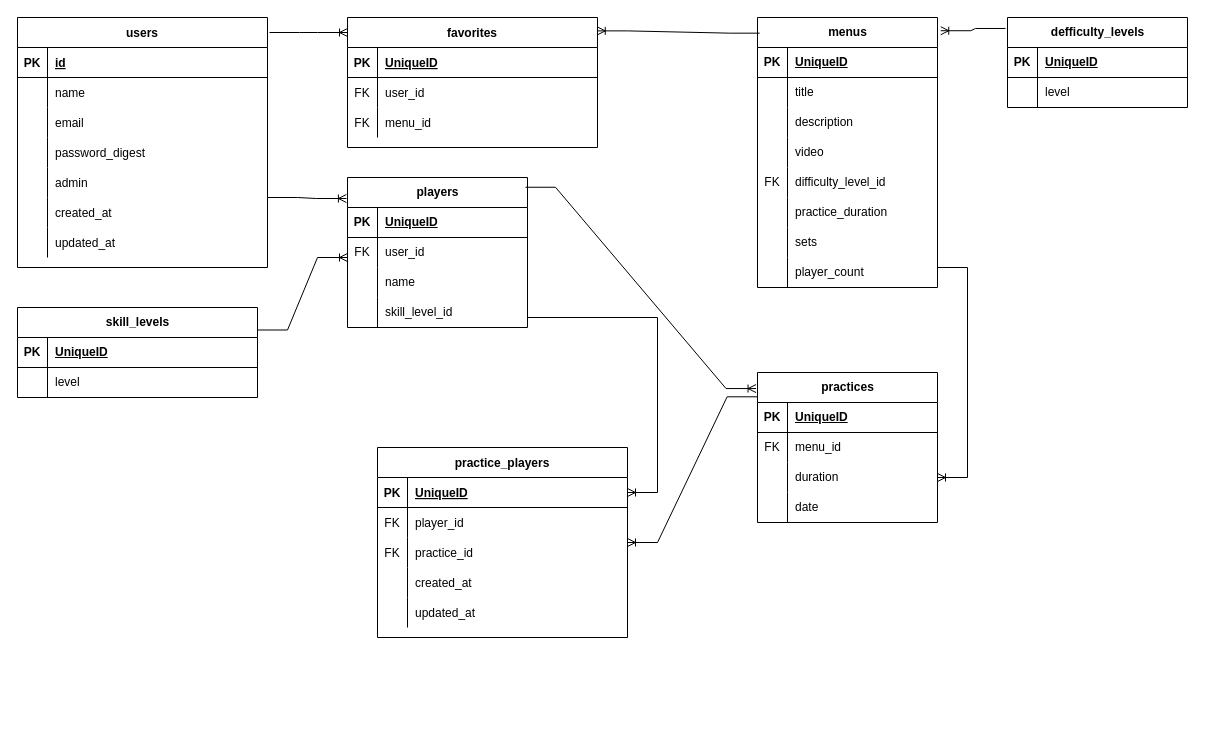
Before: 卒業課題.drawio in yu-tas/achieve, a draw.io diagram. Source tidied: cells renumbered, new cells numbered last; positions are measured from the earlier drawing's top-left corner, leaving out a move shared by most shapes. Both pictures are drawn from the tidied source at 100%, with x=0, y=0 at pixel (17, 17).
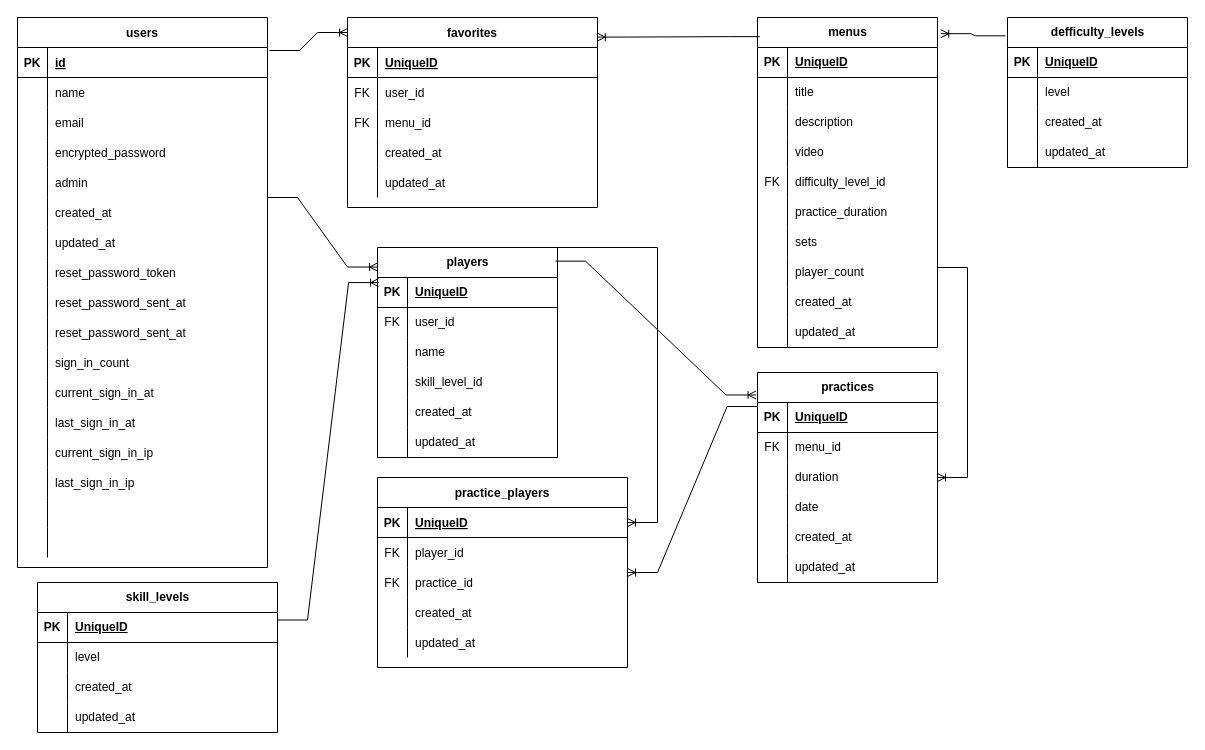
After the change.

Commit message:
卒業課題.drawio を更新します

Unchanged cells that the change refers to:
```xml
<mxCell id="13" style="shape=partialRectangle;fillColor=none;points=[[0,0.5],[1,0.5]];portConstraint=eastwest;top=0;left=0;right=0;bottom=1;" parent="12" vertex="1">
  <mxGeometry y="30" width="250" height="30" as="geometry" />
</mxCell>
<mxCell id="38" style="shape=partialRectangle;fillColor=none;top=0;left=0;right=0;bottom=0;" parent="28" vertex="1">
  <mxGeometry y="120" width="250" height="30" as="geometry" />
</mxCell>
```

What changed in the source:
```diff
@@
     <mxCell id="2" value="favorites" style="shape=table;startSize=30;childLayout=tableLayout;rowLines=0;fontStyle=1;align=center;" parent="1" vertex="1">
-      <mxGeometry x="330" width="250" height="130" as="geometry" />
+      <mxGeometry x="330" width="250" height="190" as="geometry" />
     </mxCell>
@@
+    <mxCell id="124" style="shape=partialRectangle;fillColor=none;top=0;left=0;right=0;bottom=0;" parent="2" vertex="1">
+      <mxGeometry y="120" width="250" height="30" as="geometry" />
+    </mxCell>
+    <mxCell id="125" style="shape=partialRectangle;overflow=hidden;fillColor=none;top=0;left=0;bottom=0;right=0;" parent="124" vertex="1">
+      <mxGeometry width="30" height="30" as="geometry" />
+    </mxCell>
+    <mxCell id="126" value="created_at" style="shape=partialRectangle;overflow=hidden;fillColor=none;top=0;left=0;bottom=0;right=0;align=left;spacingLeft=6;" parent="124" vertex="1">
+      <mxGeometry x="30" width="220" height="30" as="geometry" />
+    </mxCell>
+    <mxCell id="127" style="shape=partialRectangle;fillColor=none;top=0;left=0;right=0;bottom=0;" parent="2" vertex="1">
+      <mxGeometry y="150" width="250" height="30" as="geometry" />
+    </mxCell>
+    <mxCell id="128" style="shape=partialRectangle;overflow=hidden;fillColor=none;top=0;left=0;bottom=0;right=0;" parent="127" vertex="1">
+      <mxGeometry width="30" height="30" as="geometry" />
+    </mxCell>
+    <mxCell id="129" value="updated_at" style="shape=partialRectangle;overflow=hidden;fillColor=none;top=0;left=0;bottom=0;right=0;align=left;spacingLeft=6;" parent="127" vertex="1">
+      <mxGeometry x="30" width="220" height="30" as="geometry" />
+    </mxCell>
     <mxCell id="12" value="practice_players" style="shape=table;startSize=30;childLayout=tableLayout;rowLines=0;fontStyle=1;align=center;" parent="1" vertex="1">
-      <mxGeometry x="360" y="430" width="250" height="190" as="geometry" />
+      <mxGeometry x="360" y="460" width="250" height="190" as="geometry" />
     </mxCell>
@@
     <mxCell id="28" value="users" style="shape=table;startSize=30;childLayout=tableLayout;rowLines=0;fontStyle=1;align=center;" parent="1" vertex="1">
-      <mxGeometry width="250" height="250" as="geometry" />
+      <mxGeometry width="250" height="550" as="geometry" />
     </mxCell>
@@
-    <mxCell id="40" value="password_digest" style="shape=partialRectangle;overflow=hidden;fillColor=none;top=0;left=0;bottom=0;right=0;align=left;spacingLeft=6;" parent="38" vertex="1">
+    <mxCell id="40" value="encrypted_password" style="shape=partialRectangle;overflow=hidden;fillColor=none;top=0;left=0;bottom=0;right=0;align=left;spacingLeft=6;" parent="38" vertex="1">
       <mxGeometry x="30" width="220" height="30" as="geometry" />
     </mxCell>
@@
+    <mxCell id="130" style="shape=partialRectangle;fillColor=none;top=0;left=0;right=0;bottom=0;" parent="28" vertex="1">
+      <mxGeometry y="240" width="250" height="30" as="geometry" />
+    </mxCell>
+    <mxCell id="131" style="shape=partialRectangle;overflow=hidden;fillColor=none;top=0;left=0;bottom=0;right=0;" parent="130" vertex="1">
+      <mxGeometry width="30" height="30" as="geometry" />
+    </mxCell>
+    <mxCell id="132" value="reset_password_token" style="shape=partialRectangle;overflow=hidden;fillColor=none;top=0;left=0;bottom=0;right=0;align=left;spacingLeft=6;" parent="130" vertex="1">
+      <mxGeometry x="30" width="220" height="30" as="geometry" />
+    </mxCell>
+    <mxCell id="133" style="shape=partialRectangle;fillColor=none;top=0;left=0;right=0;bottom=0;" parent="28" vertex="1">
+      <mxGeometry y="270" width="250" height="30" as="geometry" />
+    </mxCell>
+    <mxCell id="134" style="shape=partialRectangle;overflow=hidden;fillColor=none;top=0;left=0;bottom=0;right=0;" parent="133" vertex="1">
+      <mxGeometry width="30" height="30" as="geometry" />
+    </mxCell>
+    <mxCell id="135" value="reset_password_sent_at" style="shape=partialRectangle;overflow=hidden;fillColor=none;top=0;left=0;bottom=0;right=0;align=left;spacingLeft=6;" parent="133" vertex="1">
+      <mxGeometry x="30" width="220" height="30" as="geometry" />
+    </mxCell>
+    <mxCell id="136" style="shape=partialRectangle;fillColor=none;top=0;left=0;right=0;bottom=0;" parent="28" vertex="1">
+      <mxGeometry y="300" width="250" height="30" as="geometry" />
+    </mxCell>
+    <mxCell id="137" style="shape=partialRectangle;overflow=hidden;fillColor=none;top=0;left=0;bottom=0;right=0;" parent="136" vertex="1">
+      <mxGeometry width="30" height="30" as="geometry" />
+    </mxCell>
+    <mxCell id="138" value="reset_password_sent_at" style="shape=partialRectangle;overflow=hidden;fillColor=none;top=0;left=0;bottom=0;right=0;align=left;spacingLeft=6;" parent="136" vertex="1">
+      <mxGeometry x="30" width="220" height="30" as="geometry" />
+    </mxCell>
+    <mxCell id="139" style="shape=partialRectangle;fillColor=none;top=0;left=0;right=0;bottom=0;" parent="28" vertex="1">
+      <mxGeometry y="330" width="250" height="30" as="geometry" />
+    </mxCell>
+    <mxCell id="140" style="shape=partialRectangle;overflow=hidden;fillColor=none;top=0;left=0;bottom=0;right=0;" parent="139" vertex="1">
+      <mxGeometry width="30" height="30" as="geometry" />
+    </mxCell>
+    <mxCell id="141" value="sign_in_count" style="shape=partialRectangle;overflow=hidden;fillColor=none;top=0;left=0;bottom=0;right=0;align=left;spacingLeft=6;" parent="139" vertex="1">
+      <mxGeometry x="30" width="220" height="30" as="geometry" />
+    </mxCell>
+    <mxCell id="142" style="shape=partialRectangle;fillColor=none;top=0;left=0;right=0;bottom=0;" parent="28" vertex="1">
+      <mxGeometry y="360" width="250" height="30" as="geometry" />
+    </mxCell>
+    <mxCell id="143" style="shape=partialRectangle;overflow=hidden;fillColor=none;top=0;left=0;bottom=0;right=0;" parent="142" vertex="1">
+      <mxGeometry width="30" height="30" as="geometry" />
+    </mxCell>
+    <mxCell id="144" value="current_sign_in_at" style="shape=partialRectangle;overflow=hidden;fillColor=none;top=0;left=0;bottom=0;right=0;align=left;spacingLeft=6;" parent="142" vertex="1">
+      <mxGeometry x="30" width="220" height="30" as="geometry" />
+    </mxCell>
+    <mxCell id="145" style="shape=partialRectangle;fillColor=none;top=0;left=0;right=0;bottom=0;" parent="28" vertex="1">
+      <mxGeometry y="390" width="250" height="30" as="geometry" />
+    </mxCell>
+    <mxCell id="146" style="shape=partialRectangle;overflow=hidden;fillColor=none;top=0;left=0;bottom=0;right=0;" parent="145" vertex="1">
+      <mxGeometry width="30" height="30" as="geometry" />
+    </mxCell>
+    <mxCell id="147" value="last_sign_in_at" style="shape=partialRectangle;overflow=hidden;fillColor=none;top=0;left=0;bottom=0;right=0;align=left;spacingLeft=6;" parent="145" vertex="1">
+      <mxGeometry x="30" width="220" height="30" as="geometry" />
+    </mxCell>
+    <mxCell id="148" style="shape=partialRectangle;fillColor=none;top=0;left=0;right=0;bottom=0;" parent="28" vertex="1">
+      <mxGeometry y="420" width="250" height="30" as="geometry" />
+    </mxCell>
+    <mxCell id="149" style="shape=partialRectangle;overflow=hidden;fillColor=none;top=0;left=0;bottom=0;right=0;" parent="148" vertex="1">
+      <mxGeometry width="30" height="30" as="geometry" />
+    </mxCell>
+    <mxCell id="150" value="current_sign_in_ip" style="shape=partialRectangle;overflow=hidden;fillColor=none;top=0;left=0;bottom=0;right=0;align=left;spacingLeft=6;" parent="148" vertex="1">
+      <mxGeometry x="30" width="220" height="30" as="geometry" />
+    </mxCell>
+    <mxCell id="151" style="shape=partialRectangle;fillColor=none;top=0;left=0;right=0;bottom=0;" parent="28" vertex="1">
+      <mxGeometry y="450" width="250" height="30" as="geometry" />
+    </mxCell>
+    <mxCell id="152" style="shape=partialRectangle;overflow=hidden;fillColor=none;top=0;left=0;bottom=0;right=0;" parent="151" vertex="1">
+      <mxGeometry width="30" height="30" as="geometry" />
+    </mxCell>
+    <mxCell id="153" value="last_sign_in_ip" style="shape=partialRectangle;overflow=hidden;fillColor=none;top=0;left=0;bottom=0;right=0;align=left;spacingLeft=6;" parent="151" vertex="1">
+      <mxGeometry x="30" width="220" height="30" as="geometry" />
+    </mxCell>
+    <mxCell id="154" style="shape=partialRectangle;fillColor=none;top=0;left=0;right=0;bottom=0;" parent="28" vertex="1">
+      <mxGeometry y="480" width="250" height="30" as="geometry" />
+    </mxCell>
+    <mxCell id="155" style="shape=partialRectangle;overflow=hidden;fillColor=none;top=0;left=0;bottom=0;right=0;" parent="154" vertex="1">
+      <mxGeometry width="30" height="30" as="geometry" />
+    </mxCell>
+    <mxCell id="156" style="shape=partialRectangle;overflow=hidden;fillColor=none;top=0;left=0;bottom=0;right=0;align=left;spacingLeft=6;" parent="154" vertex="1">
+      <mxGeometry x="30" width="220" height="30" as="geometry" />
+    </mxCell>
+    <mxCell id="157" style="shape=partialRectangle;fillColor=none;top=0;left=0;right=0;bottom=0;" parent="28" vertex="1">
+      <mxGeometry y="510" width="250" height="30" as="geometry" />
+    </mxCell>
+    <mxCell id="158" style="shape=partialRectangle;overflow=hidden;fillColor=none;top=0;left=0;bottom=0;right=0;" parent="157" vertex="1">
+      <mxGeometry width="30" height="30" as="geometry" />
+    </mxCell>
+    <mxCell id="159" style="shape=partialRectangle;overflow=hidden;fillColor=none;top=0;left=0;bottom=0;right=0;align=left;spacingLeft=6;" parent="157" vertex="1">
+      <mxGeometry x="30" width="220" height="30" as="geometry" />
+    </mxCell>
     <mxCell id="50" value="menus" style="shape=table;startSize=30;childLayout=tableLayout;rowLines=0;fontStyle=1;align=center;html=1;" parent="1" vertex="1">
-      <mxGeometry x="740" width="180" height="270" as="geometry" />
+      <mxGeometry x="740" width="180" height="330" as="geometry" />
     </mxCell>
@@
+    <mxCell id="160" style="shape=tableRow;horizontal=0;startSize=0;swimlaneHead=0;swimlaneBody=0;fillColor=none;top=0;left=0;right=0;bottom=0;" parent="50" vertex="1">
+      <mxGeometry y="270" width="180" height="30" as="geometry" />
+    </mxCell>
+    <mxCell id="161" style="shape=partialRectangle;fillColor=none;top=0;left=0;bottom=0;right=0;overflow=hidden;whiteSpace=wrap;html=1;" parent="160" vertex="1">
+      <mxGeometry width="30" height="30" as="geometry" />
+    </mxCell>
+    <mxCell id="162" value="created_at" style="shape=partialRectangle;fillColor=none;top=0;left=0;bottom=0;right=0;align=left;spacingLeft=6;overflow=hidden;whiteSpace=wrap;html=1;" parent="160" vertex="1">
+      <mxGeometry x="30" width="150" height="30" as="geometry" />
+    </mxCell>
+    <mxCell id="163" style="shape=tableRow;horizontal=0;startSize=0;swimlaneHead=0;swimlaneBody=0;fillColor=none;top=0;left=0;right=0;bottom=0;" parent="50" vertex="1">
+      <mxGeometry y="300" width="180" height="30" as="geometry" />
+    </mxCell>
+    <mxCell id="164" style="shape=partialRectangle;fillColor=none;top=0;left=0;bottom=0;right=0;overflow=hidden;whiteSpace=wrap;html=1;" parent="163" vertex="1">
+      <mxGeometry width="30" height="30" as="geometry" />
+    </mxCell>
+    <mxCell id="165" value="updated_at" style="shape=partialRectangle;fillColor=none;top=0;left=0;bottom=0;right=0;align=left;spacingLeft=6;overflow=hidden;whiteSpace=wrap;html=1;" parent="163" vertex="1">
+      <mxGeometry x="30" width="150" height="30" as="geometry" />
+    </mxCell>
     <mxCell id="75" value="defficulty_levels" style="shape=table;startSize=30;childLayout=tableLayout;rowLines=0;fontStyle=1;align=center;html=1;" parent="1" vertex="1">
-      <mxGeometry x="990" width="180" height="90" as="geometry" />
+      <mxGeometry x="990" width="180" height="150" as="geometry" />
     </mxCell>
@@
+    <mxCell id="166" style="shape=tableRow;horizontal=0;startSize=0;swimlaneHead=0;swimlaneBody=0;fillColor=none;top=0;left=0;right=0;bottom=0;" parent="75" vertex="1">
+      <mxGeometry y="90" width="180" height="30" as="geometry" />
+    </mxCell>
+    <mxCell id="167" style="shape=partialRectangle;fillColor=none;top=0;left=0;bottom=0;right=0;overflow=hidden;whiteSpace=wrap;html=1;" parent="166" vertex="1">
+      <mxGeometry width="30" height="30" as="geometry" />
+    </mxCell>
+    <mxCell id="168" value="created_at" style="shape=partialRectangle;fillColor=none;top=0;left=0;bottom=0;right=0;align=left;spacingLeft=6;overflow=hidden;whiteSpace=wrap;html=1;" parent="166" vertex="1">
+      <mxGeometry x="30" width="150" height="30" as="geometry" />
+    </mxCell>
+    <mxCell id="169" style="shape=tableRow;horizontal=0;startSize=0;swimlaneHead=0;swimlaneBody=0;fillColor=none;top=0;left=0;right=0;bottom=0;" parent="75" vertex="1">
+      <mxGeometry y="120" width="180" height="30" as="geometry" />
+    </mxCell>
+    <mxCell id="170" style="shape=partialRectangle;fillColor=none;top=0;left=0;bottom=0;right=0;overflow=hidden;whiteSpace=wrap;html=1;" parent="169" vertex="1">
+      <mxGeometry width="30" height="30" as="geometry" />
+    </mxCell>
+    <mxCell id="171" value="updated_at" style="shape=partialRectangle;fillColor=none;top=0;left=0;bottom=0;right=0;align=left;spacingLeft=6;overflow=hidden;whiteSpace=wrap;html=1;" parent="169" vertex="1">
+      <mxGeometry x="30" width="150" height="30" as="geometry" />
+    </mxCell>
     <mxCell id="82" value="practices" style="shape=table;startSize=30;childLayout=tableLayout;rowLines=0;fontStyle=1;align=center;html=1;" parent="1" vertex="1">
-      <mxGeometry x="740" y="355" width="180" height="150" as="geometry" />
+      <mxGeometry x="740" y="355" width="180" height="210" as="geometry" />
     </mxCell>
@@
+    <mxCell id="172" style="shape=tableRow;horizontal=0;startSize=0;swimlaneHead=0;swimlaneBody=0;fillColor=none;top=0;left=0;right=0;bottom=0;" parent="82" vertex="1">
+      <mxGeometry y="150" width="180" height="30" as="geometry" />
+    </mxCell>
+    <mxCell id="173" style="shape=partialRectangle;fillColor=none;top=0;left=0;bottom=0;right=0;overflow=hidden;whiteSpace=wrap;html=1;" parent="172" vertex="1">
+      <mxGeometry width="30" height="30" as="geometry" />
+    </mxCell>
+    <mxCell id="174" value="created_at" style="shape=partialRectangle;fillColor=none;top=0;left=0;bottom=0;right=0;align=left;spacingLeft=6;overflow=hidden;whiteSpace=wrap;html=1;" parent="172" vertex="1">
+      <mxGeometry x="30" width="150" height="30" as="geometry" />
+    </mxCell>
+    <mxCell id="175" style="shape=tableRow;horizontal=0;startSize=0;swimlaneHead=0;swimlaneBody=0;fillColor=none;top=0;left=0;right=0;bottom=0;" parent="82" vertex="1">
+      <mxGeometry y="180" width="180" height="30" as="geometry" />
+    </mxCell>
+    <mxCell id="176" style="shape=partialRectangle;fillColor=none;top=0;left=0;bottom=0;right=0;overflow=hidden;whiteSpace=wrap;html=1;" parent="175" vertex="1">
+      <mxGeometry width="30" height="30" as="geometry" />
+    </mxCell>
+    <mxCell id="177" value="updated_at" style="shape=partialRectangle;fillColor=none;top=0;left=0;bottom=0;right=0;align=left;spacingLeft=6;overflow=hidden;whiteSpace=wrap;html=1;" parent="175" vertex="1">
+      <mxGeometry x="30" width="150" height="30" as="geometry" />
+    </mxCell>
     <mxCell id="95" value="players" style="shape=table;startSize=30;childLayout=tableLayout;rowLines=0;fontStyle=1;align=center;html=1;" parent="1" vertex="1">
-      <mxGeometry x="330" y="160" width="180" height="150" as="geometry" />
+      <mxGeometry x="360" y="230" width="180" height="210" as="geometry" />
     </mxCell>
@@
+    <mxCell id="178" style="shape=tableRow;horizontal=0;startSize=0;swimlaneHead=0;swimlaneBody=0;fillColor=none;top=0;left=0;right=0;bottom=0;" parent="95" vertex="1">
+      <mxGeometry y="150" width="180" height="30" as="geometry" />
+    </mxCell>
+    <mxCell id="179" style="shape=partialRectangle;fillColor=none;top=0;left=0;bottom=0;right=0;overflow=hidden;whiteSpace=wrap;html=1;" parent="178" vertex="1">
+      <mxGeometry width="30" height="30" as="geometry" />
+    </mxCell>
+    <mxCell id="180" value="created_at" style="shape=partialRectangle;fillColor=none;top=0;left=0;bottom=0;right=0;align=left;spacingLeft=6;overflow=hidden;whiteSpace=wrap;html=1;" parent="178" vertex="1">
+      <mxGeometry x="30" width="150" height="30" as="geometry" />
+    </mxCell>
+    <mxCell id="181" style="shape=tableRow;horizontal=0;startSize=0;swimlaneHead=0;swimlaneBody=0;fillColor=none;top=0;left=0;right=0;bottom=0;" parent="95" vertex="1">
+      <mxGeometry y="180" width="180" height="30" as="geometry" />
+    </mxCell>
+    <mxCell id="182" style="shape=partialRectangle;fillColor=none;top=0;left=0;bottom=0;right=0;overflow=hidden;whiteSpace=wrap;html=1;" parent="181" vertex="1">
+      <mxGeometry width="30" height="30" as="geometry" />
+    </mxCell>
+    <mxCell id="183" value="updated_at" style="shape=partialRectangle;fillColor=none;top=0;left=0;bottom=0;right=0;align=left;spacingLeft=6;overflow=hidden;whiteSpace=wrap;html=1;" parent="181" vertex="1">
+      <mxGeometry x="30" width="150" height="30" as="geometry" />
+    </mxCell>
@@
-    <mxCell id="110" style="edgeStyle=entityRelationEdgeStyle;fontSize=12;html=1;endArrow=ERoneToMany;rounded=0;exitX=1.006;exitY=0.056;exitDx=0;exitDy=0;exitPerimeter=0;entryX=-0.006;entryY=0.14;entryDx=0;entryDy=0;entryPerimeter=0;" parent="1" edge="1" target="95">
+    <mxCell id="110" style="edgeStyle=entityRelationEdgeStyle;fontSize=12;html=1;endArrow=ERoneToMany;rounded=0;exitX=1.006;exitY=0.056;exitDx=0;exitDy=0;exitPerimeter=0;entryX=0;entryY=0.093;entryDx=0;entryDy=0;entryPerimeter=0;" parent="1" edge="1" target="95">
       <mxGeometry relative="1" as="geometry">
         <mxPoint x="250" y="180" as="sourcePoint" />
       </mxGeometry>
     </mxCell>
@@
-    <mxCell id="112" style="edgeStyle=entityRelationEdgeStyle;fontSize=12;html=1;endArrow=ERoneToMany;endFill=1;rounded=0;" parent="1" edge="1" target="13">
+    <mxCell id="112" style="edgeStyle=entityRelationEdgeStyle;fontSize=12;html=1;endArrow=ERoneToMany;endFill=1;rounded=0;exitX=1;exitY=0;exitDx=0;exitDy=0;" parent="1" edge="1" source="95" target="13">
       <mxGeometry relative="1" as="geometry">
-        <mxPoint x="510" y="300" as="sourcePoint" />
         <Array as="points">
           <mxPoint x="270" y="380" />
         </Array>
       </mxGeometry>
     </mxCell>
     <mxCell id="113" value="skill_levels" style="shape=table;startSize=30;childLayout=tableLayout;rowLines=0;fontStyle=1;align=center;html=1;" parent="1" vertex="1">
-      <mxGeometry y="290" width="240" height="90" as="geometry" />
+      <mxGeometry x="20" y="565" width="240" height="150" as="geometry" />
     </mxCell>
@@
+    <mxCell id="184" style="shape=tableRow;horizontal=0;startSize=0;swimlaneHead=0;swimlaneBody=0;fillColor=none;top=0;left=0;right=0;bottom=0;" parent="113" vertex="1">
+      <mxGeometry y="90" width="240" height="30" as="geometry" />
+    </mxCell>
+    <mxCell id="185" style="shape=partialRectangle;fillColor=none;top=0;left=0;bottom=0;right=0;overflow=hidden;whiteSpace=wrap;html=1;" parent="184" vertex="1">
+      <mxGeometry width="30" height="30" as="geometry" />
+    </mxCell>
+    <mxCell id="186" value="created_at" style="shape=partialRectangle;fillColor=none;top=0;left=0;bottom=0;right=0;align=left;spacingLeft=6;overflow=hidden;whiteSpace=wrap;html=1;" parent="184" vertex="1">
+      <mxGeometry x="30" width="210" height="30" as="geometry" />
+    </mxCell>
+    <mxCell id="187" style="shape=tableRow;horizontal=0;startSize=0;swimlaneHead=0;swimlaneBody=0;fillColor=none;top=0;left=0;right=0;bottom=0;" parent="113" vertex="1">
+      <mxGeometry y="120" width="240" height="30" as="geometry" />
+    </mxCell>
+    <mxCell id="188" style="shape=partialRectangle;fillColor=none;top=0;left=0;bottom=0;right=0;overflow=hidden;whiteSpace=wrap;html=1;" parent="187" vertex="1">
+      <mxGeometry width="30" height="30" as="geometry" />
+    </mxCell>
+    <mxCell id="189" value="updated_at" style="shape=partialRectangle;fillColor=none;top=0;left=0;bottom=0;right=0;align=left;spacingLeft=6;overflow=hidden;whiteSpace=wrap;html=1;" parent="187" vertex="1">
+      <mxGeometry x="30" width="210" height="30" as="geometry" />
+    </mxCell>
-    <mxCell id="120" style="edgeStyle=entityRelationEdgeStyle;fontSize=12;html=1;endArrow=ERoneToMany;endFill=1;rounded=0;exitX=1;exitY=0.25;exitDx=0;exitDy=0;" parent="1" edge="1" source="113">
-      <mxGeometry relative="1" as="geometry">
-        <mxPoint x="330" y="240" as="targetPoint" />
-      </mxGeometry>
+    <mxCell id="120" style="edgeStyle=entityRelationEdgeStyle;fontSize=12;html=1;endArrow=ERoneToMany;endFill=1;rounded=0;exitX=1;exitY=0.25;exitDx=0;exitDy=0;entryX=0.006;entryY=0.167;entryDx=0;entryDy=0;entryPerimeter=0;" parent="1" edge="1" source="113" target="95">
+      <mxGeometry relative="1" as="geometry" />
     </mxCell>
```
